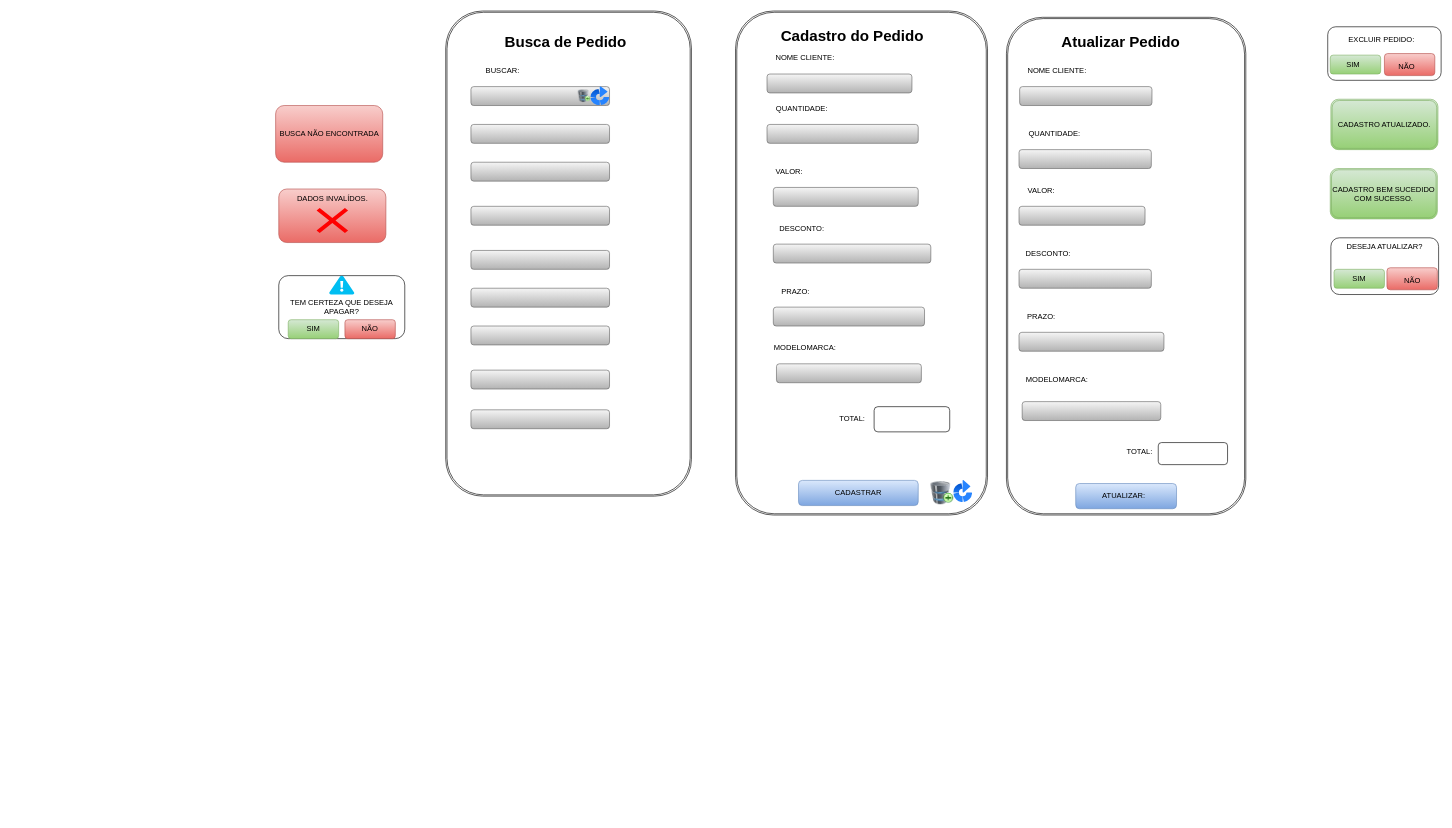
The draw.io diagram page "Página-3" (3 of 10) of doc/telas.drawio in pati573022/avatarapp, before the edit. Source tidied: cells renumbered, new cells numbered last; positions are measured from the earlier drawing's top-left corner, leaving out a move shared by most shapes. Both pictures are drawn from the tidied source at 63%, with x=0, y=0 at pixel (272, 11).
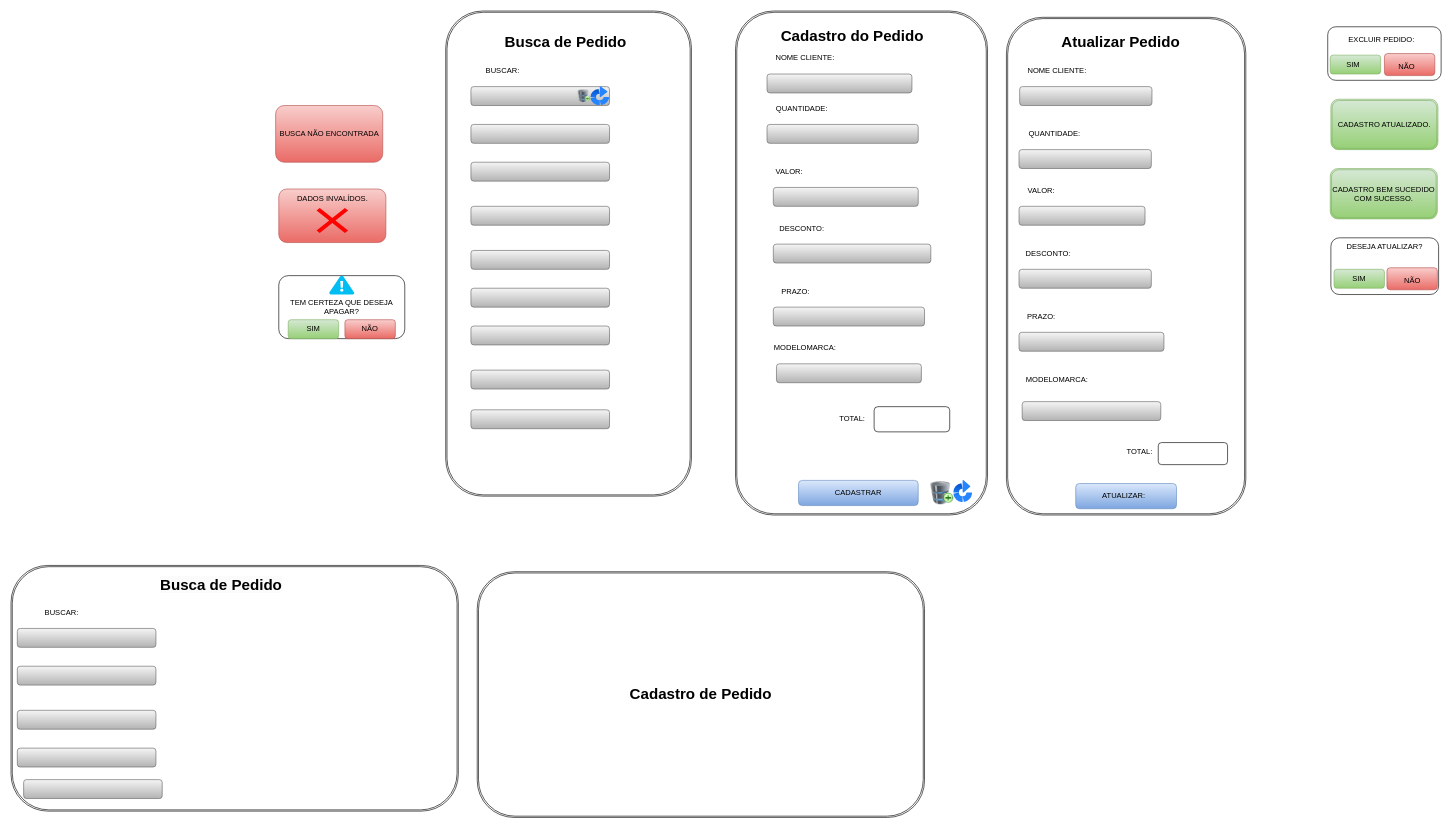
The same page after the edit.

Diff of the diagram source:
```diff
@@
+    <mxCell id="84" style="shape=ext;double=1;rounded=1;whiteSpace=wrap;html=1;" parent="1" vertex="1">
+      <mxGeometry x="-415" y="880" width="710" height="390" as="geometry" />
+    </mxCell>
+    <mxCell id="85" value="&lt;span style=&quot;color: rgb(0, 0, 0); font-family: Helvetica; font-size: 24px; font-style: normal; font-variant-ligatures: normal; font-variant-caps: normal; font-weight: 700; letter-spacing: normal; orphans: 2; text-align: center; text-indent: 0px; text-transform: none; widows: 2; word-spacing: 0px; -webkit-text-stroke-width: 0px; white-space: nowrap; background-color: rgb(251, 251, 251); text-decoration-thickness: initial; text-decoration-style: initial; text-decoration-color: initial; display: inline !important; float: none;&quot;&gt;Busca de Pedido&lt;/span&gt;" style="text;whiteSpace=wrap;html=1;" parent="1" vertex="1">
+      <mxGeometry x="-180" y="890" width="250" height="50" as="geometry" />
+    </mxCell>
+    <mxCell id="86" value="BUSCAR:" style="text;html=1;align=center;verticalAlign=middle;strokeColor=none;fillColor=none;" parent="1" vertex="1">
+      <mxGeometry x="-375" y="940" width="80" height="30" as="geometry" />
+    </mxCell>
+    <mxCell id="87" style="rounded=1;whiteSpace=wrap;html=1;fillColor=#f5f5f5;gradientColor=#b3b3b3;strokeColor=#666666;" parent="1" vertex="1">
+      <mxGeometry x="-405" y="980" width="220" height="30" as="geometry" />
+    </mxCell>
+    <mxCell id="88" style="rounded=1;whiteSpace=wrap;html=1;fillColor=#f5f5f5;gradientColor=#b3b3b3;strokeColor=#666666;" parent="1" vertex="1">
+      <mxGeometry x="-405" y="1040" width="220" height="30" as="geometry" />
+    </mxCell>
+    <mxCell id="89" style="rounded=1;whiteSpace=wrap;html=1;fillColor=#f5f5f5;gradientColor=#b3b3b3;strokeColor=#666666;" parent="1" vertex="1">
+      <mxGeometry x="-405" y="1110" width="220" height="30" as="geometry" />
+    </mxCell>
+    <mxCell id="90" style="rounded=1;whiteSpace=wrap;html=1;fillColor=#f5f5f5;gradientColor=#b3b3b3;strokeColor=#666666;" parent="1" vertex="1">
+      <mxGeometry x="-405" y="1170" width="220" height="30" as="geometry" />
+    </mxCell>
+    <mxCell id="91" style="rounded=1;whiteSpace=wrap;html=1;fillColor=#f5f5f5;gradientColor=#b3b3b3;strokeColor=#666666;" parent="1" vertex="1">
+      <mxGeometry x="-395" y="1220" width="220" height="30" as="geometry" />
+    </mxCell>
+    <mxCell id="92" value="&lt;br&gt;&lt;span style=&quot;font-size: 24px; text-wrap: nowrap;&quot;&gt;&lt;b&gt;Cadastro de Pedido&lt;/b&gt;&lt;/span&gt;&lt;div&gt;&lt;br&gt;&lt;/div&gt;" style="shape=ext;double=1;rounded=1;whiteSpace=wrap;html=1;" parent="1" vertex="1">
+      <mxGeometry x="325" y="890" width="710" height="390" as="geometry" />
+    </mxCell>
```
